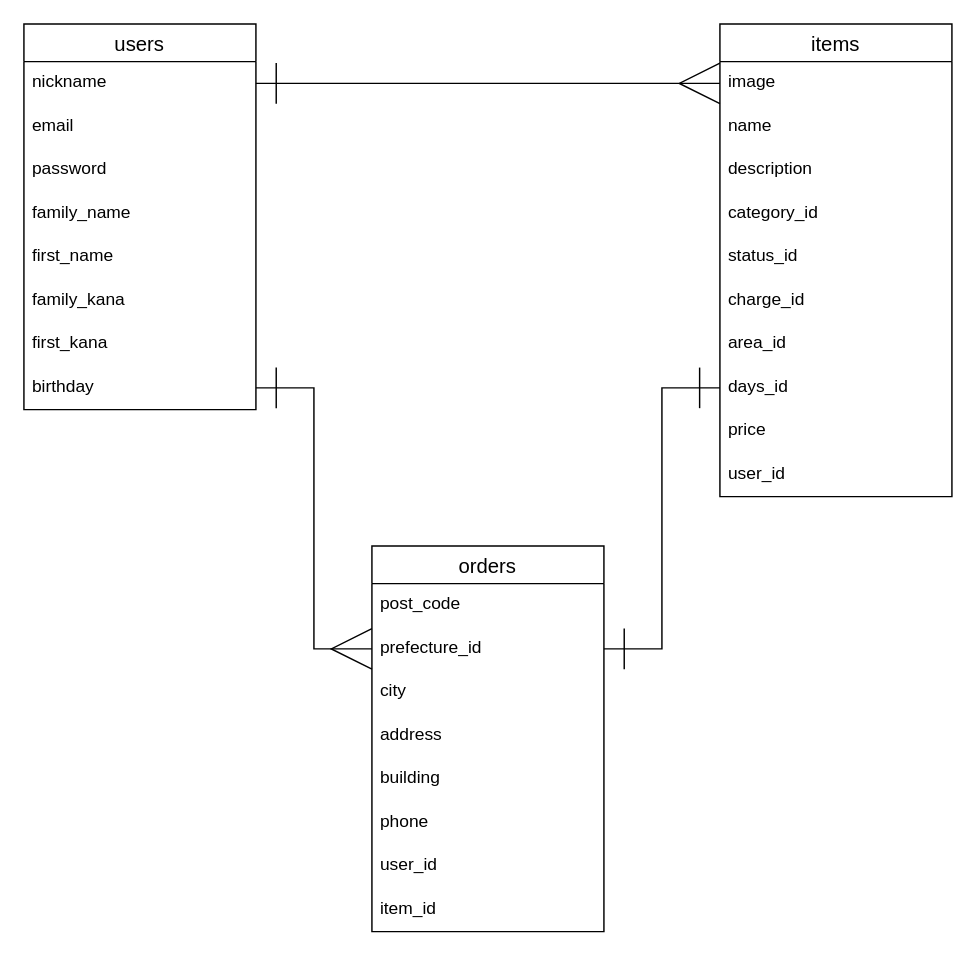
Before: furima.dio in zucky-ryo/furima-31084, a draw.io diagram. Source tidied: cells renumbered, new cells numbered last; positions are measured from the earlier drawing's top-left corner, leaving out a move shared by most shapes. Both pictures are drawn from the tidied source at 145%, with x=0, y=0 at pixel (23, 23).
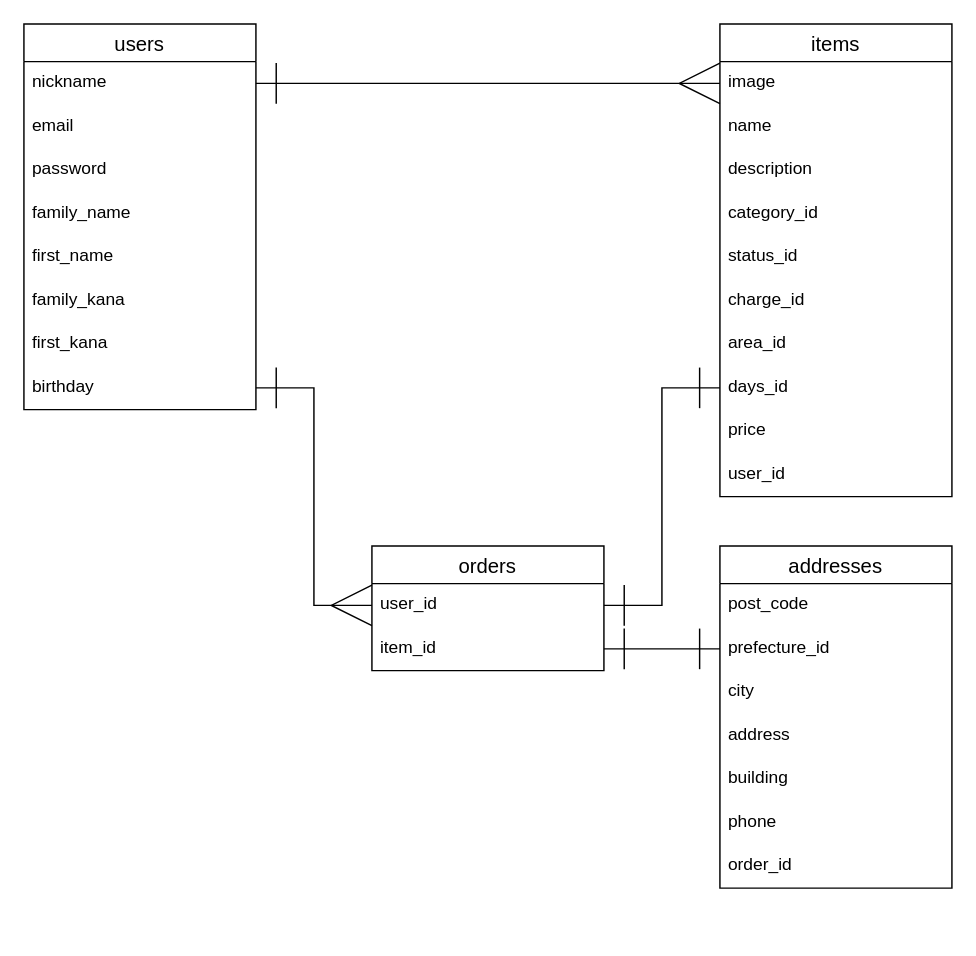
The same diagram, later.

Unchanged cells that the change refers to:
```xml
<mxCell id="3" value="nickname" style="text;strokeColor=none;fillColor=none;spacingLeft=4;spacingRight=4;overflow=hidden;points=[[0,0.5],[1,0.5]];portConstraint=eastwest;fontSize=12;" parent="2" vertex="1">
  <mxGeometry y="26" width="160" height="30" as="geometry" />
</mxCell>
<mxCell id="10" value="birthday" style="text;strokeColor=none;fillColor=none;spacingLeft=4;spacingRight=4;overflow=hidden;points=[[0,0.5],[1,0.5]];portConstraint=eastwest;fontSize=12;" parent="2" vertex="1">
  <mxGeometry y="236" width="160" height="30" as="geometry" />
</mxCell>
<mxCell id="12" value="image" style="text;strokeColor=none;fillColor=none;spacingLeft=4;spacingRight=4;overflow=hidden;points=[[0,0.5],[1,0.5]];portConstraint=eastwest;fontSize=12;" parent="11" vertex="1">
  <mxGeometry y="26" width="160" height="30" as="geometry" />
</mxCell>
<mxCell id="19" value="days_id" style="text;strokeColor=none;fillColor=none;spacingLeft=4;spacingRight=4;overflow=hidden;points=[[0,0.5],[1,0.5]];portConstraint=eastwest;fontSize=12;" parent="11" vertex="1">
  <mxGeometry y="236" width="160" height="30" as="geometry" />
</mxCell>
```

Change to the diagram source:
```diff
@@
     <mxCell id="22" value="orders" style="swimlane;fontStyle=0;horizontal=1;startSize=26;align=center;fontSize=14;" parent="1" vertex="1">
-      <mxGeometry x="240" y="360" width="160" height="266" as="geometry" />
+      <mxGeometry x="240" y="360" width="160" height="86" as="geometry" />
     </mxCell>
+    <mxCell id="29" value="user_id" style="text;strokeColor=none;fillColor=none;spacingLeft=4;spacingRight=4;overflow=hidden;fontSize=12;" parent="22" vertex="1">
+      <mxGeometry y="26" width="160" height="30" as="geometry" />
+    </mxCell>
+    <mxCell id="30" value="item_id" style="text;strokeColor=none;fillColor=none;spacingLeft=4;spacingRight=4;overflow=hidden;points=[[0,0.5],[1,0.5]];portConstraint=eastwest;fontSize=12;" parent="22" vertex="1">
+      <mxGeometry y="56" width="160" height="30" as="geometry" />
+    </mxCell>
+    <mxCell id="31" style="edgeStyle=orthogonalEdgeStyle;rounded=0;jettySize=auto;html=1;exitX=1;exitY=0.5;exitDx=0;exitDy=0;entryX=0;entryY=0.5;entryDx=0;entryDy=0;startArrow=ERone;startFill=0;endArrow=ERmany;endFill=0;targetPerimeterSpacing=0;sourcePerimeterSpacing=0;endSize=26;startSize=26;" parent="1" edge="1" source="3" target="12">
+      <mxGeometry relative="1" as="geometry" />
+    </mxCell>
+    <mxCell id="32" style="edgeStyle=orthogonalEdgeStyle;rounded=0;jettySize=auto;html=1;exitX=1;exitY=0.5;exitDx=0;exitDy=0;entryX=0;entryY=0.5;entryDx=0;entryDy=0;startArrow=ERone;startFill=0;startSize=26;sourcePerimeterSpacing=0;endArrow=ERmany;endFill=0;endSize=26;targetPerimeterSpacing=0;" parent="1" edge="1" source="10">
+      <mxGeometry relative="1" as="geometry">
+        <mxPoint x="240" y="401" as="targetPoint" />
+        <Array as="points">
+          <mxPoint x="200" y="251" />
+          <mxPoint x="200" y="401" />
+        </Array>
+      </mxGeometry>
+    </mxCell>
+    <mxCell id="33" style="edgeStyle=orthogonalEdgeStyle;rounded=0;jettySize=auto;html=1;exitX=0;exitY=0.5;exitDx=0;exitDy=0;entryX=1;entryY=0.5;entryDx=0;entryDy=0;startArrow=ERone;startFill=0;startSize=26;sourcePerimeterSpacing=0;endArrow=ERone;endFill=0;endSize=26;targetPerimeterSpacing=0;" parent="1" edge="1" source="19">
+      <mxGeometry relative="1" as="geometry">
+        <mxPoint x="400" y="401" as="targetPoint" />
+        <Array as="points">
+          <mxPoint x="440" y="251" />
+          <mxPoint x="440" y="401" />
+        </Array>
+      </mxGeometry>
+    </mxCell>
+    <mxCell id="34" value="addresses" style="swimlane;fontStyle=0;horizontal=1;startSize=26;align=center;fontSize=14;" parent="1" vertex="1">
+      <mxGeometry x="480" y="360" width="160" height="236" as="geometry" />
+    </mxCell>
-    <mxCell id="23" value="post_code" style="text;strokeColor=none;fillColor=none;spacingLeft=4;spacingRight=4;overflow=hidden;fontSize=12;" parent="22" vertex="1">
+    <mxCell id="23" value="post_code" style="text;strokeColor=none;fillColor=none;spacingLeft=4;spacingRight=4;overflow=hidden;fontSize=12;" parent="34" vertex="1">
       <mxGeometry y="26" width="160" height="30" as="geometry" />
     </mxCell>
-    <mxCell id="24" value="prefecture_id" style="text;strokeColor=none;fillColor=none;spacingLeft=4;spacingRight=4;overflow=hidden;points=[[0,0.5],[1,0.5]];portConstraint=eastwest;fontSize=12;" parent="22" vertex="1">
+    <mxCell id="24" value="prefecture_id" style="text;strokeColor=none;fillColor=none;spacingLeft=4;spacingRight=4;overflow=hidden;points=[[0,0.5],[1,0.5]];portConstraint=eastwest;fontSize=12;" parent="34" vertex="1">
       <mxGeometry y="56" width="160" height="30" as="geometry" />
     </mxCell>
-    <mxCell id="25" value="city" style="text;strokeColor=none;fillColor=none;spacingLeft=4;spacingRight=4;overflow=hidden;fontSize=12;" parent="22" vertex="1">
+    <mxCell id="25" value="city" style="text;strokeColor=none;fillColor=none;spacingLeft=4;spacingRight=4;overflow=hidden;fontSize=12;" parent="34" vertex="1">
       <mxGeometry y="86" width="160" height="30" as="geometry" />
     </mxCell>
-    <mxCell id="26" value="address" style="text;strokeColor=none;fillColor=none;spacingLeft=4;spacingRight=4;overflow=hidden;fontSize=12;" parent="22" vertex="1">
+    <mxCell id="26" value="address" style="text;strokeColor=none;fillColor=none;spacingLeft=4;spacingRight=4;overflow=hidden;fontSize=12;" parent="34" vertex="1">
       <mxGeometry y="116" width="160" height="30" as="geometry" />
     </mxCell>
-    <mxCell id="27" value="building" style="text;strokeColor=none;fillColor=none;spacingLeft=4;spacingRight=4;overflow=hidden;fontSize=12;" parent="22" vertex="1">
+    <mxCell id="27" value="building" style="text;strokeColor=none;fillColor=none;spacingLeft=4;spacingRight=4;overflow=hidden;fontSize=12;" parent="34" vertex="1">
       <mxGeometry y="146" width="160" height="30" as="geometry" />
     </mxCell>
-    <mxCell id="28" value="phone" style="text;strokeColor=none;fillColor=none;spacingLeft=4;spacingRight=4;overflow=hidden;fontSize=12;" parent="22" vertex="1">
+    <mxCell id="28" value="phone" style="text;strokeColor=none;fillColor=none;spacingLeft=4;spacingRight=4;overflow=hidden;fontSize=12;" parent="34" vertex="1">
       <mxGeometry y="176" width="160" height="30" as="geometry" />
     </mxCell>
-    <mxCell id="29" value="user_id" style="text;strokeColor=none;fillColor=none;spacingLeft=4;spacingRight=4;overflow=hidden;fontSize=12;" parent="22" vertex="1">
-      <mxGeometry y="206" width="160" height="30" as="geometry" />
-    </mxCell>
-    <mxCell id="30" value="item_id" style="text;strokeColor=none;fillColor=none;spacingLeft=4;spacingRight=4;overflow=hidden;points=[[0,0.5],[1,0.5]];portConstraint=eastwest;fontSize=12;" parent="22" vertex="1">
-      <mxGeometry y="236" width="160" height="30" as="geometry" />
-    </mxCell>
-    <mxCell id="31" style="edgeStyle=orthogonalEdgeStyle;rounded=0;jettySize=auto;html=1;exitX=1;exitY=0.5;exitDx=0;exitDy=0;entryX=0;entryY=0.5;entryDx=0;entryDy=0;startArrow=ERone;startFill=0;endArrow=ERmany;endFill=0;targetPerimeterSpacing=0;sourcePerimeterSpacing=0;endSize=26;startSize=26;" parent="1" edge="1" source="3" target="12">
-      <mxGeometry relative="1" as="geometry" />
-    </mxCell>
-    <mxCell id="32" style="edgeStyle=orthogonalEdgeStyle;rounded=0;jettySize=auto;html=1;exitX=1;exitY=0.5;exitDx=0;exitDy=0;entryX=0;entryY=0.5;entryDx=0;entryDy=0;startArrow=ERone;startFill=0;startSize=26;sourcePerimeterSpacing=0;endArrow=ERmany;endFill=0;endSize=26;targetPerimeterSpacing=0;" parent="1" edge="1" source="10" target="24">
-      <mxGeometry relative="1" as="geometry" />
-    </mxCell>
-    <mxCell id="33" style="edgeStyle=orthogonalEdgeStyle;rounded=0;jettySize=auto;html=1;exitX=0;exitY=0.5;exitDx=0;exitDy=0;entryX=1;entryY=0.5;entryDx=0;entryDy=0;startArrow=ERone;startFill=0;startSize=26;sourcePerimeterSpacing=0;endArrow=ERone;endFill=0;endSize=26;targetPerimeterSpacing=0;" parent="1" edge="1" source="19" target="24">
-      <mxGeometry relative="1" as="geometry" />
-    </mxCell>
+    <mxCell id="35" value="order_id" style="text;strokeColor=none;fillColor=none;spacingLeft=4;spacingRight=4;overflow=hidden;fontSize=12;" parent="34" vertex="1">
+      <mxGeometry y="206" width="160" height="30" as="geometry" />
+    </mxCell>
+    <mxCell id="36" style="edgeStyle=orthogonalEdgeStyle;rounded=0;jettySize=auto;html=1;exitX=1;exitY=0.5;exitDx=0;exitDy=0;entryX=0;entryY=0.5;entryDx=0;entryDy=0;startArrow=ERone;startFill=0;endArrow=ERone;endFill=0;endSize=26;startSize=26;" parent="1" edge="1" source="30" target="24">
+      <mxGeometry relative="1" as="geometry" />
+    </mxCell>
```
